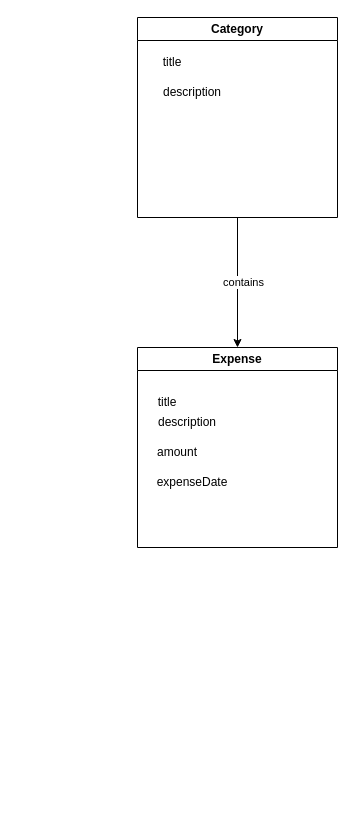
Hirushan-Subasinghe/expense-tracker keeps this draw.io diagram as Expense Tracker Modal diagram.drawio. Above is the earlier version. Source tidied: cells renumbered, new cells numbered last; positions are measured from the earlier drawing's top-left corner, leaving out a move shared by most shapes. Both pictures are drawn from the tidied source at 100%, with x=0, y=0 at pixel (137, 17).
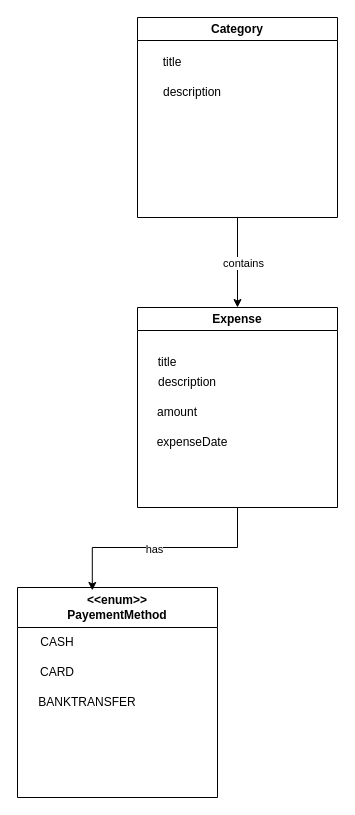
Above is the later version.

What changed in the source:
```diff
@@
 <mxGraphModel>
   <root>
     <mxCell id="0" />
     <mxCell id="1" parent="0" />
     <mxCell id="2" value="Expense" style="swimlane;whiteSpace=wrap;html=1;" parent="1" vertex="1">
-      <mxGeometry y="330" width="200" height="200" as="geometry" />
+      <mxGeometry y="290" width="200" height="200" as="geometry" />
     </mxCell>
     <mxCell id="3" value="description" style="text;html=1;whiteSpace=wrap;strokeColor=none;fillColor=none;align=center;verticalAlign=middle;rounded=0;" parent="2" vertex="1">
       <mxGeometry x="10" y="60" width="80" height="30" as="geometry" />
     </mxCell>
     <mxCell id="4" value="amount" style="text;html=1;whiteSpace=wrap;strokeColor=none;fillColor=none;align=center;verticalAlign=middle;rounded=0;" parent="2" vertex="1">
       <mxGeometry x="10" y="90" width="60" height="30" as="geometry" />
     </mxCell>
     <mxCell id="5" value="expenseDate" style="text;html=1;whiteSpace=wrap;strokeColor=none;fillColor=none;align=center;verticalAlign=middle;rounded=0;" parent="2" vertex="1">
       <mxGeometry x="10" y="120" width="90" height="30" as="geometry" />
     </mxCell>
     <mxCell id="6" value="title" style="text;html=1;whiteSpace=wrap;strokeColor=none;fillColor=none;align=center;verticalAlign=middle;rounded=0;" parent="2" vertex="1">
       <mxGeometry x="10" y="40" width="40" height="30" as="geometry" />
     </mxCell>
     <mxCell id="7" style="edgeStyle=orthogonalEdgeStyle;rounded=0;jettySize=auto;html=1;" parent="1" edge="1" source="9" target="2">
       <mxGeometry relative="1" as="geometry" />
     </mxCell>
     <mxCell id="8" value="contains" style="edgeLabel;html=1;align=center;verticalAlign=middle;" parent="7" vertex="1">
       <mxGeometry x="-0.01" y="5" relative="1" as="geometry" />
     </mxCell>
     <mxCell id="9" value="Category" style="swimlane;whiteSpace=wrap;html=1;startSize=23;" parent="1" vertex="1">
       <mxGeometry width="200" height="200" as="geometry" />
     </mxCell>
     <mxCell id="10" value="title" style="text;html=1;whiteSpace=wrap;strokeColor=none;fillColor=none;align=center;verticalAlign=middle;rounded=0;" parent="9" vertex="1">
       <mxGeometry x="15" y="30" width="40" height="30" as="geometry" />
     </mxCell>
     <mxCell id="11" value="description" style="text;html=1;whiteSpace=wrap;strokeColor=none;fillColor=none;align=center;verticalAlign=middle;rounded=0;" parent="9" vertex="1">
       <mxGeometry x="15" y="60" width="80" height="30" as="geometry" />
     </mxCell>
+    <mxCell id="12" value="&lt;div&gt;&amp;lt;&amp;lt;enum&amp;gt;&amp;gt;&lt;/div&gt;PayementMethod" style="swimlane;whiteSpace=wrap;html=1;startSize=40;" parent="1" vertex="1">
+      <mxGeometry x="-120" y="570" width="200" height="210" as="geometry" />
+    </mxCell>
+    <mxCell id="13" value="CARD" style="text;html=1;whiteSpace=wrap;strokeColor=none;fillColor=none;align=center;verticalAlign=middle;rounded=0;" parent="12" vertex="1">
+      <mxGeometry x="10" y="70" width="60" height="30" as="geometry" />
+    </mxCell>
+    <mxCell id="14" value="BANKTRANSFER" style="text;html=1;whiteSpace=wrap;strokeColor=none;fillColor=none;align=center;verticalAlign=middle;rounded=0;" parent="12" vertex="1">
+      <mxGeometry x="10" y="100" width="120" height="30" as="geometry" />
+    </mxCell>
+    <mxCell id="15" value="CASH" style="text;html=1;whiteSpace=wrap;strokeColor=none;fillColor=none;align=center;verticalAlign=middle;rounded=0;" parent="12" vertex="1">
+      <mxGeometry x="10" y="40" width="60" height="30" as="geometry" />
+    </mxCell>
+    <mxCell id="16" style="edgeStyle=orthogonalEdgeStyle;rounded=0;jettySize=auto;html=1;entryX=0.374;entryY=0.014;entryDx=0;entryDy=0;entryPerimeter=0;" parent="1" edge="1" source="2" target="12">
+      <mxGeometry relative="1" as="geometry" />
+    </mxCell>
+    <mxCell id="17" value="has" style="edgeLabel;html=1;align=center;verticalAlign=middle;" parent="16" vertex="1">
+      <mxGeometry x="0.09" y="1" relative="1" as="geometry" />
+    </mxCell>
   </root>
 </mxGraphModel>
```
